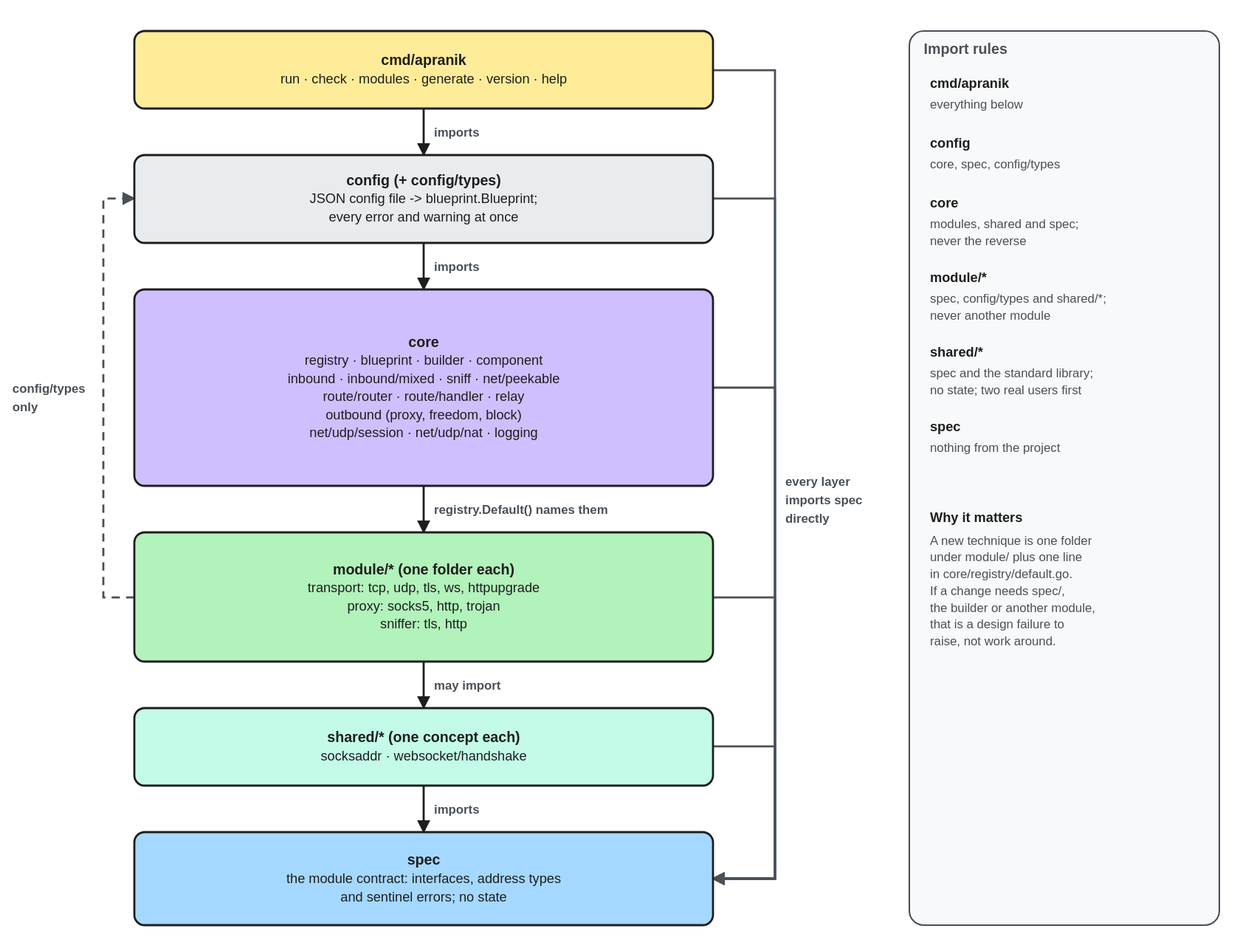
we-apranik/apranik keeps this Excalidraw diagram as docs/assets/diagrams/architecture-overview.excalidraw.svg. Above is the earlier version. Source tidied: one line per element, renumbered; positions are measured from the earlier drawing's top-left corner, leaving out a move shared by most shapes.
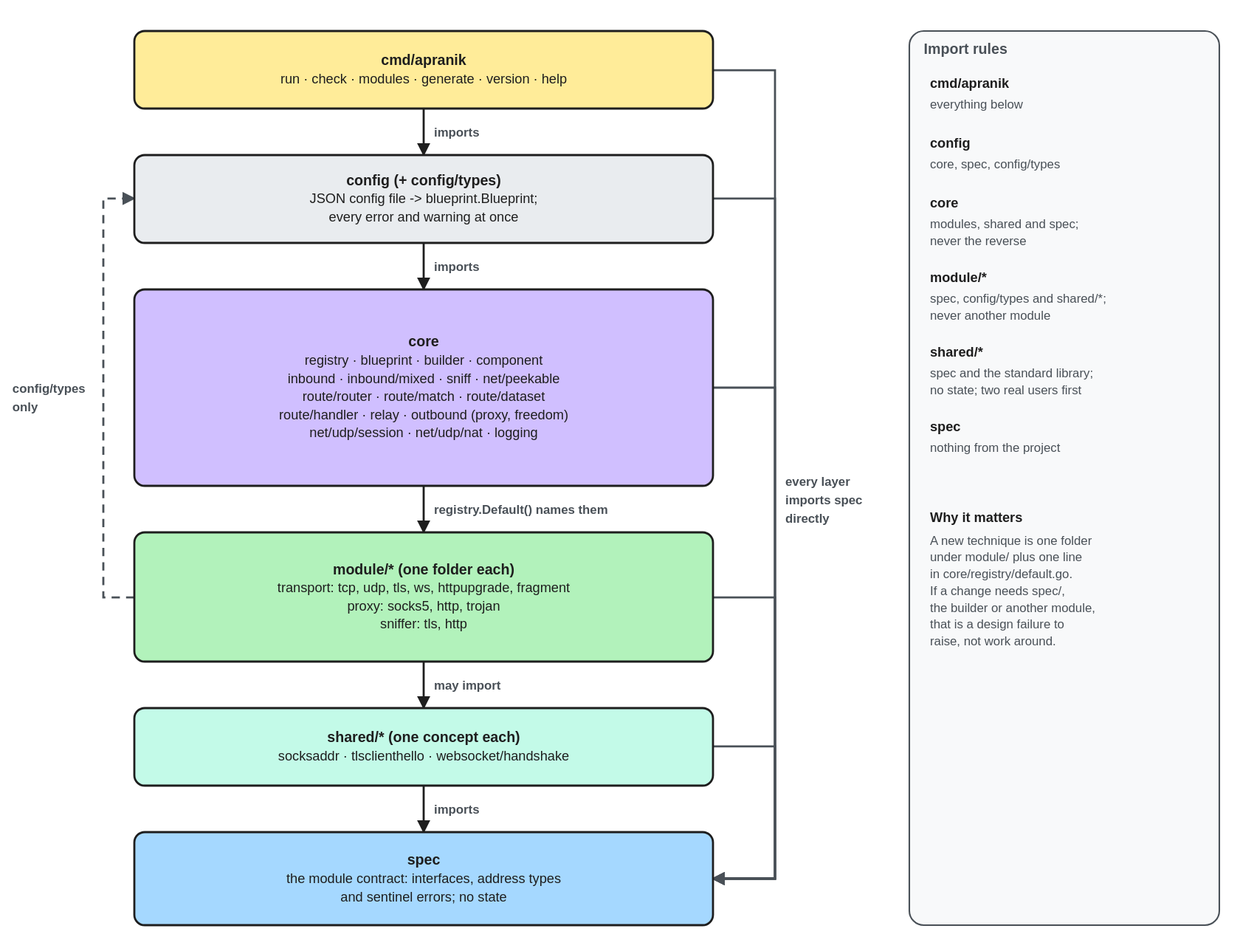
After the change.

Commit message:
List the new core packages in the architecture overview

What changed in the source:
```diff
@@ -3,11 +3,11 @@
 {"id": 2, "type": "rectangle", "strokeColor": "#1e1e1e", "backgroundColor": "#e9ecef", "fillStyle": "solid", "strokeWidth": 2, "roughness": 0, "round": true, "x": 118, "y": 120, "width": 560, "height": 85}
 {"id": 3, "type": "text", "text": "config (+ config/types)\nJSON config file -> blueprint.Blueprint;\nevery error and warning at once", "strokeColor": "#1e1e1e", "strokeWidth": 2, "roughness": 0, "fontSize": 13, "fontFamily": 2, "textAlign": "center", "verticalAlign": "middle", "inside": 2, "x": 118, "y": 120, "width": 560, "height": 49}
 {"id": 4, "type": "rectangle", "strokeColor": "#1e1e1e", "backgroundColor": "#d0bfff", "fillStyle": "solid", "strokeWidth": 2, "roughness": 0, "round": true, "x": 118, "y": 250, "width": 560, "height": 190}
-{"id": 5, "type": "text", "text": "core\nregistry · blueprint · builder · component\ninbound · inbound/mixed · sniff · net/peekable\nroute/router · route/handler · relay\noutbound (proxy, freedom, block)\nnet/udp/session · net/udp/nat · logging", "strokeColor": "#1e1e1e", "strokeWidth": 2, "roughness": 0, "fontSize": 13, "fontFamily": 2, "textAlign": "center", "verticalAlign": "middle", "inside": 4, "x": 118, "y": 250, "width": 560, "height": 98}
+{"id": 5, "type": "text", "text": "core\nregistry · blueprint · builder · component\ninbound · inbound/mixed · sniff · net/peekable\nroute/router · route/match · route/dataset\nroute/handler · relay · outbound (proxy, freedom)\nnet/udp/session · net/udp/nat · logging", "strokeColor": "#1e1e1e", "strokeWidth": 2, "roughness": 0, "fontSize": 13, "fontFamily": 2, "textAlign": "center", "verticalAlign": "middle", "inside": 4, "x": 118, "y": 250, "width": 560, "height": 98}
 {"id": 6, "type": "rectangle", "strokeColor": "#1e1e1e", "backgroundColor": "#b2f2bb", "fillStyle": "solid", "strokeWidth": 2, "roughness": 0, "round": true, "x": 118, "y": 485, "width": 560, "height": 125}
-{"id": 7, "type": "text", "text": "module/* (one folder each)\ntransport: tcp, udp, tls, ws, httpupgrade\nproxy: socks5, http, trojan\nsniffer: tls, http", "strokeColor": "#1e1e1e", "strokeWidth": 2, "roughness": 0, "fontSize": 13, "fontFamily": 2, "textAlign": "center", "verticalAlign": "middle", "inside": 6, "x": 118, "y": 485, "width": 560, "height": 65}
+{"id": 7, "type": "text", "text": "module/* (one folder each)\ntransport: tcp, udp, tls, ws, httpupgrade, fragment\nproxy: socks5, http, trojan\nsniffer: tls, http", "strokeColor": "#1e1e1e", "strokeWidth": 2, "roughness": 0, "fontSize": 13, "fontFamily": 2, "textAlign": "center", "verticalAlign": "middle", "inside": 6, "x": 118, "y": 485, "width": 560, "height": 65}
 {"id": 8, "type": "rectangle", "strokeColor": "#1e1e1e", "backgroundColor": "#c3fae8", "fillStyle": "solid", "strokeWidth": 2, "roughness": 0, "round": true, "x": 118, "y": 655, "width": 560, "height": 75}
-{"id": 9, "type": "text", "text": "shared/* (one concept each)\nsocksaddr · websocket/handshake", "strokeColor": "#1e1e1e", "strokeWidth": 2, "roughness": 0, "fontSize": 13, "fontFamily": 2, "textAlign": "center", "verticalAlign": "middle", "inside": 8, "x": 118, "y": 655, "width": 560, "height": 32}
+{"id": 9, "type": "text", "text": "shared/* (one concept each)\nsocksaddr · tlsclienthello · websocket/handshake", "strokeColor": "#1e1e1e", "strokeWidth": 2, "roughness": 0, "fontSize": 13, "fontFamily": 2, "textAlign": "center", "verticalAlign": "middle", "inside": 8, "x": 118, "y": 655, "width": 560, "height": 32}
 {"id": 10, "type": "rectangle", "strokeColor": "#1e1e1e", "backgroundColor": "#a5d8ff", "fillStyle": "solid", "strokeWidth": 2, "roughness": 0, "round": true, "x": 118, "y": 775, "width": 560, "height": 90}
 {"id": 11, "type": "text", "text": "spec\nthe module contract: interfaces, address types\nand sentinel errors; no state", "strokeColor": "#1e1e1e", "strokeWidth": 2, "roughness": 0, "fontSize": 13, "fontFamily": 2, "textAlign": "center", "verticalAlign": "middle", "inside": 10, "x": 118, "y": 775, "width": 560, "height": 49}
 {"id": 12, "type": "arrow", "strokeColor": "#1e1e1e", "strokeWidth": 2, "roughness": 0, "endArrowhead": "arrow", "from": 0, "to": 2, "x": 398, "y": 75, "width": 0, "height": 45, "points": [[0, 0], [0, 45]]}
```
